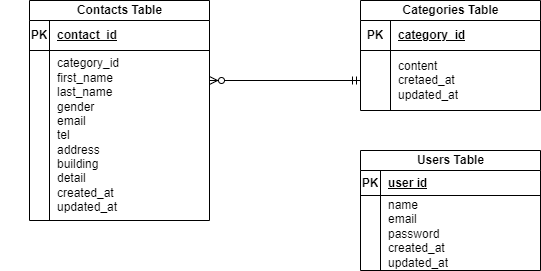
Earlier version of the draw.io export ER.drawio.png (hmgit-git/hm-kadai1). Source tidied: cells renumbered, new cells last; positions are measured from the earlier drawing's top-left corner, leaving out a move shared by most shapes.
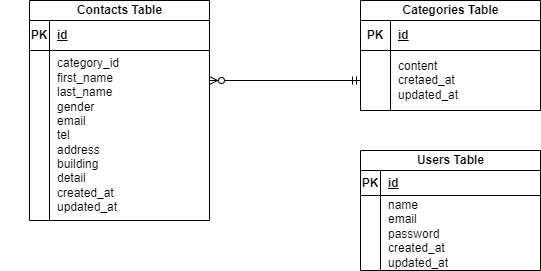
The same file after the commit.

The edit, as a diff of the source:
```diff
@@ -11,7 +11,7 @@
     <mxCell id="4" value="PK" style="shape=partialRectangle;fillColor=none;top=0;left=0;bottom=0;right=0;fontStyle=1;overflow=hidden;whiteSpace=wrap;html=1;" parent="3" vertex="1">
       <mxGeometry width="30" height="30" as="geometry" />
     </mxCell>
-    <mxCell id="5" value="category_id" style="shape=partialRectangle;fillColor=none;top=0;left=0;bottom=0;right=0;align=left;spacingLeft=6;fontStyle=5;overflow=hidden;whiteSpace=wrap;html=1;" parent="3" vertex="1">
+    <mxCell id="5" value="id" style="shape=partialRectangle;fillColor=none;top=0;left=0;bottom=0;right=0;align=left;spacingLeft=6;fontStyle=5;overflow=hidden;whiteSpace=wrap;html=1;" parent="3" vertex="1">
       <mxGeometry x="30" width="150" height="30" as="geometry" />
     </mxCell>
     <mxCell id="6" style="shape=tableRow;horizontal=0;startSize=0;swimlaneHead=0;swimlaneBody=0;fillColor=none;top=0;left=0;right=0;bottom=0;" parent="2" vertex="1">
@@ -32,7 +32,7 @@
     <mxCell id="11" value="PK" style="shape=partialRectangle;fillColor=none;top=0;left=0;bottom=0;right=0;fontStyle=1;overflow=hidden;whiteSpace=wrap;html=1;" parent="10" vertex="1">
       <mxGeometry width="20" height="30" as="geometry" />
     </mxCell>
-    <mxCell id="12" value="contact_id" style="shape=partialRectangle;fillColor=none;top=0;left=0;bottom=0;right=0;align=left;spacingLeft=6;fontStyle=5;overflow=hidden;whiteSpace=wrap;html=1;" parent="10" vertex="1">
+    <mxCell id="12" value="id" style="shape=partialRectangle;fillColor=none;top=0;left=0;bottom=0;right=0;align=left;spacingLeft=6;fontStyle=5;overflow=hidden;whiteSpace=wrap;html=1;" parent="10" vertex="1">
       <mxGeometry x="20" width="160" height="30" as="geometry" />
     </mxCell>
     <mxCell id="13" style="shape=tableRow;horizontal=0;startSize=0;swimlaneHead=0;swimlaneBody=0;fillColor=none;top=0;left=0;right=0;bottom=0;" parent="9" vertex="1">
@@ -59,7 +59,7 @@
     <mxCell id="20" value="PK" style="shape=partialRectangle;fillColor=none;top=0;left=0;bottom=0;right=0;fontStyle=1;overflow=hidden;whiteSpace=wrap;html=1;" parent="19" vertex="1">
       <mxGeometry width="20" height="25" as="geometry" />
     </mxCell>
-    <mxCell id="21" value="user id" style="shape=partialRectangle;fillColor=none;top=0;left=0;bottom=0;right=0;align=left;spacingLeft=6;fontStyle=5;overflow=hidden;whiteSpace=wrap;html=1;" parent="19" vertex="1">
+    <mxCell id="21" value="id" style="shape=partialRectangle;fillColor=none;top=0;left=0;bottom=0;right=0;align=left;spacingLeft=6;fontStyle=5;overflow=hidden;whiteSpace=wrap;html=1;" parent="19" vertex="1">
       <mxGeometry x="20" width="160" height="25" as="geometry" />
     </mxCell>
     <mxCell id="22" style="shape=tableRow;horizontal=0;startSize=0;swimlaneHead=0;swimlaneBody=0;fillColor=none;top=0;left=0;right=0;bottom=0;" parent="18" vertex="1">
```
